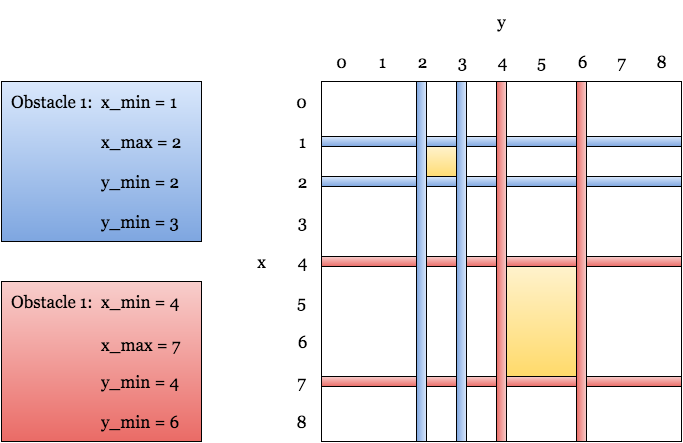
Earlier version of the draw.io export images/obstacles.png (helenetangen/Thesis). Source tidied: cells renumbered, new cells last; positions are measured from the earlier drawing's top-left corner, leaving out a move shared by most shapes.
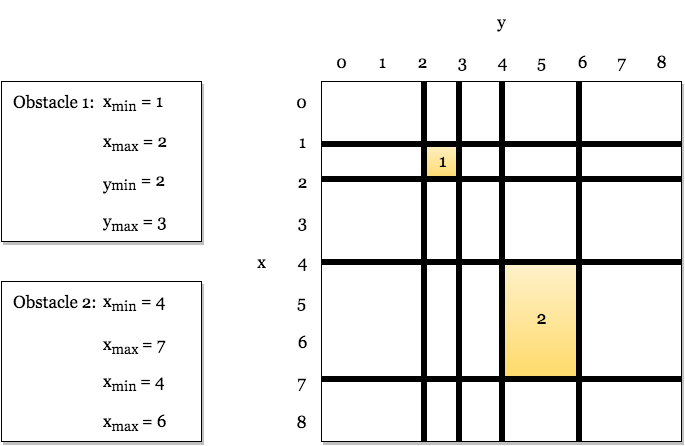
Later version of the same file.

What changed in the source:
```diff
@@ -2,46 +2,46 @@
   <root>
     <mxCell id="0" />
     <mxCell id="1" parent="0" />
-    <mxCell id="2" style="whiteSpace=wrap;html=1;shadow=0;strokeColor=#000000;strokeWidth=1;fillColor=#ffffff;fontFamily=Georgia;fontSize=17;align=left;" parent="1" vertex="1">
+    <mxCell id="2" style="whiteSpace=wrap;html=1;shadow=1;strokeColor=#000000;strokeWidth=1;fillColor=#ffffff;fontFamily=Georgia;fontSize=17;align=left;" parent="1" vertex="1">
       <mxGeometry x="320" y="80" width="360" height="360" as="geometry" />
     </mxCell>
     <mxCell id="3" style="whiteSpace=wrap;html=1;shadow=0;strokeWidth=1;fontFamily=Georgia;fontSize=17;align=center;plain-yellow;" parent="1" vertex="1">
-      <mxGeometry x="505" y="265" width="75" height="115" as="geometry" />
+      <mxGeometry x="500" y="260" width="80" height="120" as="geometry" />
     </mxCell>
-    <mxCell id="4" style="whiteSpace=wrap;html=1;shadow=0;strokeWidth=1;fontFamily=Georgia;fontSize=17;align=center;plain-yellow;" parent="1" vertex="1">
-      <mxGeometry x="425" y="145" width="35" height="35" as="geometry" />
+    <mxCell id="4" value="&lt;div style=&quot;text-align: center&quot;&gt;&lt;br&gt;&lt;/div&gt;" style="whiteSpace=wrap;html=1;shadow=0;strokeWidth=1;fontFamily=Georgia;fontSize=17;align=center;plain-yellow;" parent="1" vertex="1">
+      <mxGeometry x="425" y="140" width="35" height="40" as="geometry" />
     </mxCell>
-    <mxCell id="5" style="whiteSpace=wrap;html=1;shadow=0;strokeWidth=1;fontFamily=Georgia;fontSize=17;align=center;plain-blue;strokeColor=#000000;" parent="1" vertex="1">
+    <mxCell id="5" style="whiteSpace=wrap;html=1;shadow=1;strokeWidth=1;fontFamily=Georgia;fontSize=17;align=center;strokeColor=#000000;fillColor=#ffffff;" parent="1" vertex="1">
       <mxGeometry y="80" width="200" height="160" as="geometry" />
     </mxCell>
-    <mxCell id="6" style="whiteSpace=wrap;html=1;shadow=0;strokeWidth=1;fontFamily=Georgia;fontSize=17;align=center;plain-red;strokeColor=#000000;" parent="1" vertex="1">
+    <mxCell id="6" style="whiteSpace=wrap;html=1;shadow=1;strokeWidth=1;fontFamily=Georgia;fontSize=17;align=center;strokeColor=#000000;fillColor=#ffffff;" parent="1" vertex="1">
       <mxGeometry y="280" width="200" height="160" as="geometry" />
     </mxCell>
     <mxCell id="7" value="Obstacle 1: &amp;nbsp;" style="text;html=1;strokeColor=none;fillColor=none;align=left;verticalAlign=middle;whiteSpace=wrap;overflow=hidden;shadow=0;fontFamily=Georgia;fontSize=17;" parent="1" vertex="1">
       <mxGeometry x="10" y="80" width="100" height="40" as="geometry" />
     </mxCell>
-    <mxCell id="8" value="Obstacle 1: &amp;nbsp;" style="text;html=1;strokeColor=none;fillColor=none;align=left;verticalAlign=middle;whiteSpace=wrap;overflow=hidden;shadow=0;fontFamily=Georgia;fontSize=17;" parent="1" vertex="1">
+    <mxCell id="8" value="Obstacle 2: &amp;nbsp;" style="text;html=1;strokeColor=none;fillColor=none;align=left;verticalAlign=middle;whiteSpace=wrap;overflow=hidden;shadow=0;fontFamily=Georgia;fontSize=17;" parent="1" vertex="1">
       <mxGeometry x="10" y="280" width="100" height="40" as="geometry" />
     </mxCell>
-    <mxCell id="9" value="x_min = 4" style="text;html=1;strokeColor=none;fillColor=none;align=left;verticalAlign=middle;whiteSpace=wrap;overflow=hidden;shadow=0;fontFamily=Georgia;fontSize=17;" parent="1" vertex="1">
+    <mxCell id="9" value="&lt;span&gt;x&lt;/span&gt;&lt;sub&gt;min&lt;/sub&gt;&amp;nbsp;= 4" style="text;html=1;strokeColor=none;fillColor=none;align=left;verticalAlign=middle;whiteSpace=wrap;overflow=hidden;shadow=0;fontFamily=Georgia;fontSize=17;" parent="1" vertex="1">
       <mxGeometry x="100" y="280" width="120" height="40" as="geometry" />
     </mxCell>
-    <mxCell id="10" value="y_min = 4" style="text;html=1;strokeColor=none;fillColor=none;align=left;verticalAlign=middle;whiteSpace=wrap;overflow=hidden;shadow=0;fontFamily=Georgia;fontSize=17;" parent="1" vertex="1">
+    <mxCell id="10" value="&lt;span&gt;x&lt;/span&gt;&lt;sub&gt;min&amp;nbsp;&lt;/sub&gt;= 4" style="text;html=1;strokeColor=none;fillColor=none;align=left;verticalAlign=middle;whiteSpace=wrap;overflow=hidden;shadow=0;fontFamily=Georgia;fontSize=17;" parent="1" vertex="1">
       <mxGeometry x="100" y="360" width="120" height="40" as="geometry" />
     </mxCell>
-    <mxCell id="11" value="y_min = 6" style="text;html=1;strokeColor=none;fillColor=none;align=left;verticalAlign=middle;whiteSpace=wrap;overflow=hidden;shadow=0;fontFamily=Georgia;fontSize=17;" parent="1" vertex="1">
+    <mxCell id="11" value="&lt;span&gt;x&lt;/span&gt;&lt;sub&gt;max&amp;nbsp;&lt;/sub&gt;= 6" style="text;html=1;strokeColor=none;fillColor=none;align=left;verticalAlign=middle;whiteSpace=wrap;overflow=hidden;shadow=0;fontFamily=Georgia;fontSize=17;" parent="1" vertex="1">
       <mxGeometry x="100" y="400" width="120" height="40" as="geometry" />
     </mxCell>
-    <mxCell id="12" value="y_min = 2" style="text;html=1;strokeColor=none;fillColor=none;align=left;verticalAlign=middle;whiteSpace=wrap;overflow=hidden;shadow=0;fontFamily=Georgia;fontSize=17;" parent="1" vertex="1">
+    <mxCell id="12" value="&lt;sub&gt;&lt;span style=&quot;font-size: 17px ; line-height: 20.4px&quot;&gt;y&lt;/span&gt;min&lt;/sub&gt;&amp;nbsp;= 2" style="text;html=1;strokeColor=none;fillColor=none;align=left;verticalAlign=middle;whiteSpace=wrap;overflow=hidden;shadow=0;fontFamily=Georgia;fontSize=17;" parent="1" vertex="1">
       <mxGeometry x="100" y="160" width="120" height="40" as="geometry" />
     </mxCell>
-    <mxCell id="13" value="y_min = 3" style="text;html=1;strokeColor=none;fillColor=none;align=left;verticalAlign=middle;whiteSpace=wrap;overflow=hidden;shadow=0;fontFamily=Georgia;fontSize=17;" parent="1" vertex="1">
+    <mxCell id="13" value="&lt;span&gt;y&lt;/span&gt;&lt;sub&gt;max&lt;/sub&gt;&amp;nbsp;= 3" style="text;html=1;strokeColor=none;fillColor=none;align=left;verticalAlign=middle;whiteSpace=wrap;overflow=hidden;shadow=0;fontFamily=Georgia;fontSize=17;" parent="1" vertex="1">
       <mxGeometry x="100" y="200" width="120" height="40" as="geometry" />
     </mxCell>
-    <mxCell id="14" value="x_max = 2" style="text;html=1;strokeColor=none;fillColor=none;align=left;verticalAlign=middle;whiteSpace=wrap;overflow=hidden;shadow=0;fontFamily=Georgia;fontSize=17;" parent="1" vertex="1">
+    <mxCell id="14" value="&lt;span&gt;x&lt;/span&gt;&lt;sub&gt;max&lt;/sub&gt;&amp;nbsp;= 2" style="text;html=1;strokeColor=none;fillColor=none;align=left;verticalAlign=middle;whiteSpace=wrap;overflow=hidden;shadow=0;fontFamily=Georgia;fontSize=17;" parent="1" vertex="1">
       <mxGeometry x="100" y="120" width="120" height="40" as="geometry" />
     </mxCell>
-    <mxCell id="15" value="x_min = 1" style="text;html=1;strokeColor=none;fillColor=none;align=left;verticalAlign=middle;whiteSpace=wrap;overflow=hidden;shadow=0;fontFamily=Georgia;fontSize=17;" parent="1" vertex="1">
+    <mxCell id="15" value="x&lt;sub&gt;min&lt;/sub&gt;&amp;nbsp;= 1" style="text;html=1;strokeColor=none;fillColor=none;align=left;verticalAlign=middle;whiteSpace=wrap;overflow=hidden;shadow=0;fontFamily=Georgia;fontSize=17;" parent="1" vertex="1">
       <mxGeometry x="100" y="80" width="120" height="40" as="geometry" />
     </mxCell>
     <mxCell id="16" value="0" style="text;html=1;strokeColor=none;fillColor=none;align=center;verticalAlign=middle;whiteSpace=wrap;overflow=hidden;shadow=0;fontFamily=Georgia;fontSize=17;" parent="1" vertex="1">
@@ -98,29 +98,29 @@
     <mxCell id="33" value="8" style="text;html=1;strokeColor=none;fillColor=none;align=center;verticalAlign=middle;whiteSpace=wrap;overflow=hidden;shadow=0;fontFamily=Georgia;fontSize=17;" parent="1" vertex="1">
       <mxGeometry x="640" y="40" width="40" height="40" as="geometry" />
     </mxCell>
-    <mxCell id="34" style="whiteSpace=wrap;html=1;shadow=0;strokeWidth=1;fontFamily=Georgia;fontSize=17;align=center;plain-blue;strokeColor=#000000;" parent="1" vertex="1">
-      <mxGeometry x="320" y="135" width="360" height="10" as="geometry" />
+    <mxCell id="34" style="whiteSpace=wrap;html=1;shadow=0;strokeWidth=1;fontFamily=Georgia;fontSize=17;align=center;plain-blue;strokeColor=#000000;gradientColor=#000000;fillColor=#000000;" parent="1" vertex="1">
+      <mxGeometry x="320" y="140" width="360" height="5" as="geometry" />
     </mxCell>
-    <mxCell id="35" style="whiteSpace=wrap;html=1;shadow=0;strokeWidth=1;fontFamily=Georgia;fontSize=17;align=center;plain-blue;strokeColor=#000000;" parent="1" vertex="1">
-      <mxGeometry x="320" y="175" width="360" height="10" as="geometry" />
+    <mxCell id="35" style="whiteSpace=wrap;html=1;shadow=0;strokeWidth=1;fontFamily=Georgia;fontSize=17;align=center;plain-blue;strokeColor=#000000;gradientColor=#000000;fillColor=#000000;" parent="1" vertex="1">
+      <mxGeometry x="320" y="175" width="360" height="5" as="geometry" />
     </mxCell>
-    <mxCell id="36" style="whiteSpace=wrap;html=1;shadow=0;strokeWidth=1;fontFamily=Georgia;fontSize=17;align=center;plain-red;strokeColor=#000000;" parent="1" vertex="1">
-      <mxGeometry x="320" y="255" width="360" height="10" as="geometry" />
+    <mxCell id="36" style="whiteSpace=wrap;html=1;shadow=0;strokeWidth=1;fontFamily=Georgia;fontSize=17;align=center;plain-red;strokeColor=#000000;gradientColor=#000000;fillColor=#000000;" parent="1" vertex="1">
+      <mxGeometry x="320" y="258" width="360" height="5" as="geometry" />
     </mxCell>
-    <mxCell id="37" style="whiteSpace=wrap;html=1;shadow=0;strokeWidth=1;fontFamily=Georgia;fontSize=17;align=center;plain-red;strokeColor=#000000;" parent="1" vertex="1">
-      <mxGeometry x="320" y="375" width="360" height="10" as="geometry" />
+    <mxCell id="37" style="whiteSpace=wrap;html=1;shadow=0;strokeWidth=1;fontFamily=Georgia;fontSize=17;align=center;plain-red;strokeColor=#000000;gradientColor=#000000;fillColor=#000000;" parent="1" vertex="1">
+      <mxGeometry x="320" y="375" width="360" height="5" as="geometry" />
     </mxCell>
-    <mxCell id="38" style="whiteSpace=wrap;html=1;shadow=0;strokeWidth=1;fontFamily=Georgia;fontSize=17;align=center;plain-blue;strokeColor=#000000;direction=south;" parent="1" vertex="1">
-      <mxGeometry x="415" y="80" width="10" height="360" as="geometry" />
+    <mxCell id="38" style="whiteSpace=wrap;html=1;shadow=0;strokeWidth=1;fontFamily=Georgia;fontSize=17;align=center;plain-blue;strokeColor=#000000;direction=south;gradientColor=#000000;fillColor=#000000;" parent="1" vertex="1">
+      <mxGeometry x="420" y="80" width="5" height="360" as="geometry" />
     </mxCell>
-    <mxCell id="39" style="whiteSpace=wrap;html=1;shadow=0;strokeWidth=1;fontFamily=Georgia;fontSize=17;align=center;plain-blue;strokeColor=#000000;direction=south;" parent="1" vertex="1">
-      <mxGeometry x="455" y="80" width="10" height="360" as="geometry" />
+    <mxCell id="39" style="whiteSpace=wrap;html=1;shadow=0;strokeWidth=1;fontFamily=Georgia;fontSize=17;align=center;plain-blue;strokeColor=#000000;direction=south;gradientColor=#000000;fillColor=#000000;" parent="1" vertex="1">
+      <mxGeometry x="455" y="80" width="5" height="360" as="geometry" />
     </mxCell>
-    <mxCell id="40" style="whiteSpace=wrap;html=1;shadow=0;strokeWidth=1;fontFamily=Georgia;fontSize=17;align=center;direction=south;plain-red;strokeColor=#000000;" parent="1" vertex="1">
-      <mxGeometry x="495" y="80" width="10" height="360" as="geometry" />
+    <mxCell id="40" style="whiteSpace=wrap;html=1;shadow=0;strokeWidth=1;fontFamily=Georgia;fontSize=17;align=center;direction=south;plain-red;strokeColor=#000000;gradientColor=#000000;fillColor=#000000;" parent="1" vertex="1">
+      <mxGeometry x="498" y="80" width="5" height="360" as="geometry" />
     </mxCell>
-    <mxCell id="41" style="whiteSpace=wrap;html=1;shadow=0;strokeWidth=1;fontFamily=Georgia;fontSize=17;align=center;direction=south;plain-red;strokeColor=#000000;" parent="1" vertex="1">
-      <mxGeometry x="575" y="80" width="10" height="360" as="geometry" />
+    <mxCell id="41" style="whiteSpace=wrap;html=1;shadow=0;strokeWidth=1;fontFamily=Georgia;fontSize=17;align=center;direction=south;plain-red;strokeColor=#000000;gradientColor=#000000;fillColor=#000000;" parent="1" vertex="1">
+      <mxGeometry x="575" y="80" width="5" height="360" as="geometry" />
     </mxCell>
     <mxCell id="42" value="x" style="text;html=1;strokeColor=none;fillColor=none;align=center;verticalAlign=middle;whiteSpace=wrap;overflow=hidden;shadow=0;fontFamily=Georgia;fontSize=17;" parent="1" vertex="1">
       <mxGeometry x="240" y="240" width="40" height="40" as="geometry" />
@@ -128,8 +128,14 @@
     <mxCell id="43" value="y" style="text;html=1;strokeColor=none;fillColor=none;align=center;verticalAlign=middle;whiteSpace=wrap;overflow=hidden;shadow=0;fontFamily=Georgia;fontSize=17;" parent="1" vertex="1">
       <mxGeometry x="480" width="40" height="40" as="geometry" />
     </mxCell>
-    <mxCell id="44" value="x_max = 7" style="text;html=1;strokeColor=none;fillColor=none;align=left;verticalAlign=middle;whiteSpace=wrap;overflow=hidden;shadow=0;fontFamily=Georgia;fontSize=17;" parent="1" vertex="1">
+    <mxCell id="44" value="&lt;span&gt;x&lt;/span&gt;&lt;sub&gt;max&amp;nbsp;&lt;/sub&gt;= 7" style="text;html=1;strokeColor=none;fillColor=none;align=left;verticalAlign=middle;whiteSpace=wrap;overflow=hidden;shadow=0;fontFamily=Georgia;fontSize=17;" parent="1" vertex="1">
       <mxGeometry x="100" y="323" width="120" height="40" as="geometry" />
     </mxCell>
+    <mxCell id="45" value="&lt;font style=&quot;font-size: 18px&quot;&gt;1&lt;/font&gt;" style="text;html=1;strokeColor=none;fillColor=none;align=center;verticalAlign=middle;whiteSpace=wrap;overflow=hidden;shadow=1;fontFamily=Georgia;strokeWidth=12;" parent="1" vertex="1">
+      <mxGeometry x="425" y="143" width="30" height="30" as="geometry" />
+    </mxCell>
+    <mxCell id="46" value="&lt;font style=&quot;font-size: 18px&quot;&gt;2&lt;/font&gt;" style="text;html=1;strokeColor=none;fillColor=none;align=center;verticalAlign=middle;whiteSpace=wrap;overflow=hidden;shadow=1;fontFamily=Georgia;strokeWidth=12;" parent="1" vertex="1">
+      <mxGeometry x="525" y="300" width="30" height="30" as="geometry" />
+    </mxCell>
   </root>
 </mxGraphModel>
```
